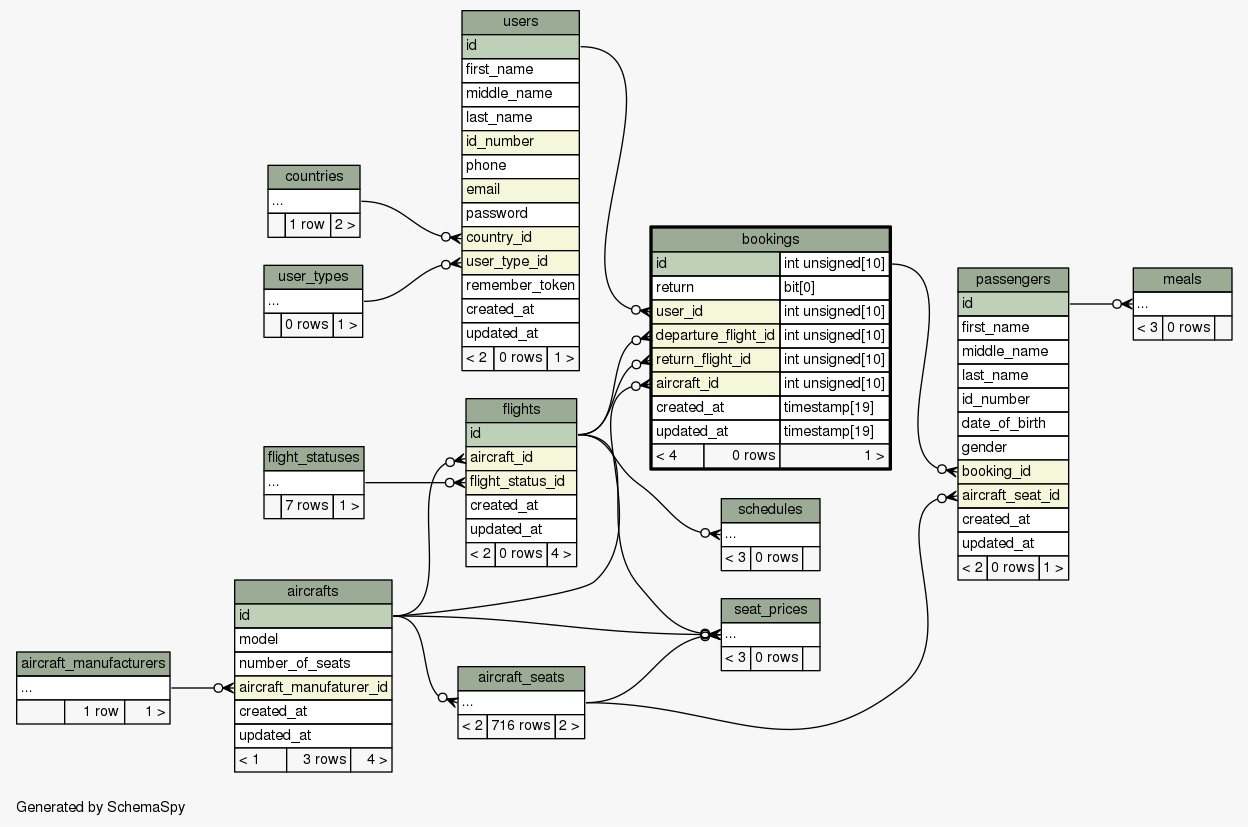
Earlier version of the Graphviz export web/app/database/schema/diagrams/bookings.2degrees.png (joaonzangoII/flightbookingsystem). Its source is kept beside it as web/app/database/schema/diagrams/bookings.1degree.dot. Source of this version:
```dot
digraph "oneDegreeRelationshipsDiagram" {
  graph [
    rankdir="RL"
    bgcolor="#f7f7f7"
    label="\nGenerated by SchemaSpy"
    labeljust="l"
    nodesep="0.18"
    ranksep="0.46"
    fontname="Helvetica"
    fontsize="11"
  ];
  node [
    fontname="Helvetica"
    fontsize="11"
    shape="plaintext"
  ];
  edge [
    arrowsize="0.8"
  ];
  "bookings":"aircraft_id":w -> "aircrafts":"id":e [arrowhead=none dir=back arrowtail=crowodot];
  "bookings":"departure_flight_id":w -> "flights":"id":e [arrowhead=none dir=back arrowtail=crowodot];
  "bookings":"return_flight_id":w -> "flights":"id":e [arrowhead=none dir=back arrowtail=crowodot];
  "bookings":"user_id":w -> "users":"id":e [arrowhead=none dir=back arrowtail=crowodot];
  "flights":"aircraft_id":w -> "aircrafts":"id":e [arrowhead=none dir=back arrowtail=crowodot];
  "passengers":"booking_id":w -> "bookings":"id.type":e [arrowhead=none dir=back arrowtail=crowodot];
  "aircrafts" [
    label=<
    <TABLE BORDER="0" CELLBORDER="1" CELLSPACING="0" BGCOLOR="#ffffff">
      <TR><TD COLSPAN="3" BGCOLOR="#9bab96" ALIGN="CENTER">aircrafts</TD></TR>
      <TR><TD PORT="id" COLSPAN="3" BGCOLOR="#bed1b8" ALIGN="LEFT">id</TD></TR>
      <TR><TD PORT="model" COLSPAN="3" ALIGN="LEFT">model</TD></TR>
      <TR><TD PORT="number_of_seats" COLSPAN="3" ALIGN="LEFT">number_of_seats</TD></TR>
      <TR><TD PORT="aircraft_manufaturer_id" COLSPAN="3" BGCOLOR="#f4f7da" ALIGN="LEFT">aircraft_manufaturer_id</TD></TR>
      <TR><TD PORT="created_at" COLSPAN="3" ALIGN="LEFT">created_at</TD></TR>
      <TR><TD PORT="updated_at" COLSPAN="3" ALIGN="LEFT">updated_at</TD></TR>
      <TR><TD ALIGN="LEFT" BGCOLOR="#f7f7f7">&lt; 1</TD><TD ALIGN="RIGHT" BGCOLOR="#f7f7f7">3 rows</TD><TD ALIGN="RIGHT" BGCOLOR="#f7f7f7">4 &gt;</TD></TR>
    </TABLE>>
    URL="aircrafts.html"
    tooltip="aircrafts"
  ];
  "bookings" [
    label=<
    <TABLE BORDER="2" CELLBORDER="1" CELLSPACING="0" BGCOLOR="#ffffff">
      <TR><TD COLSPAN="3" BGCOLOR="#9bab96" ALIGN="CENTER">bookings</TD></TR>
      <TR><TD PORT="id" COLSPAN="2" BGCOLOR="#bed1b8" ALIGN="LEFT">id</TD><TD PORT="id.type" ALIGN="LEFT">int unsigned[10]</TD></TR>
      <TR><TD PORT="return" COLSPAN="2" ALIGN="LEFT">return</TD><TD PORT="return.type" ALIGN="LEFT">bit[0]</TD></TR>
      <TR><TD PORT="user_id" COLSPAN="2" BGCOLOR="#f4f7da" ALIGN="LEFT">user_id</TD><TD PORT="user_id.type" ALIGN="LEFT">int unsigned[10]</TD></TR>
      <TR><TD PORT="departure_flight_id" COLSPAN="2" BGCOLOR="#f4f7da" ALIGN="LEFT">departure_flight_id</TD><TD PORT="departure_flight_id.type" ALIGN="LEFT">int unsigned[10]</TD></TR>
      <TR><TD PORT="return_flight_id" COLSPAN="2" BGCOLOR="#f4f7da" ALIGN="LEFT">return_flight_id</TD><TD PORT="return_flight_id.type" ALIGN="LEFT">int unsigned[10]</TD></TR>
      <TR><TD PORT="aircraft_id" COLSPAN="2" BGCOLOR="#f4f7da" ALIGN="LEFT">aircraft_id</TD><TD PORT="aircraft_id.type" ALIGN="LEFT">int unsigned[10]</TD></TR>
      <TR><TD PORT="created_at" COLSPAN="2" ALIGN="LEFT">created_at</TD><TD PORT="created_at.type" ALIGN="LEFT">timestamp[19]</TD></TR>
      <TR><TD PORT="updated_at" COLSPAN="2" ALIGN="LEFT">updated_at</TD><TD PORT="updated_at.type" ALIGN="LEFT">timestamp[19]</TD></TR>
      <TR><TD ALIGN="LEFT" BGCOLOR="#f7f7f7">&lt; 4</TD><TD ALIGN="RIGHT" BGCOLOR="#f7f7f7">0 rows</TD><TD ALIGN="RIGHT" BGCOLOR="#f7f7f7">1 &gt;</TD></TR>
    </TABLE>>
    URL="bookings.html"
    tooltip="bookings"
  ];
  "flights" [
    label=<
    <TABLE BORDER="0" CELLBORDER="1" CELLSPACING="0" BGCOLOR="#ffffff">
      <TR><TD COLSPAN="3" BGCOLOR="#9bab96" ALIGN="CENTER">flights</TD></TR>
      <TR><TD PORT="id" COLSPAN="3" BGCOLOR="#bed1b8" ALIGN="LEFT">id</TD></TR>
      <TR><TD PORT="aircraft_id" COLSPAN="3" BGCOLOR="#f4f7da" ALIGN="LEFT">aircraft_id</TD></TR>
      <TR><TD PORT="flight_status_id" COLSPAN="3" BGCOLOR="#f4f7da" ALIGN="LEFT">flight_status_id</TD></TR>
      <TR><TD PORT="created_at" COLSPAN="3" ALIGN="LEFT">created_at</TD></TR>
      <TR><TD PORT="updated_at" COLSPAN="3" ALIGN="LEFT">updated_at</TD></TR>
      <TR><TD ALIGN="LEFT" BGCOLOR="#f7f7f7">&lt; 2</TD><TD ALIGN="RIGHT" BGCOLOR="#f7f7f7">0 rows</TD><TD ALIGN="RIGHT" BGCOLOR="#f7f7f7">4 &gt;</TD></TR>
    </TABLE>>
    URL="flights.html"
    tooltip="flights"
  ];
  "passengers" [
    label=<
    <TABLE BORDER="0" CELLBORDER="1" CELLSPACING="0" BGCOLOR="#ffffff">
      <TR><TD COLSPAN="3" BGCOLOR="#9bab96" ALIGN="CENTER">passengers</TD></TR>
      <TR><TD PORT="id" COLSPAN="3" BGCOLOR="#bed1b8" ALIGN="LEFT">id</TD></TR>
      <TR><TD PORT="first_name" COLSPAN="3" ALIGN="LEFT">first_name</TD></TR>
      <TR><TD PORT="middle_name" COLSPAN="3" ALIGN="LEFT">middle_name</TD></TR>
      <TR><TD PORT="last_name" COLSPAN="3" ALIGN="LEFT">last_name</TD></TR>
      <TR><TD PORT="id_number" COLSPAN="3" ALIGN="LEFT">id_number</TD></TR>
      <TR><TD PORT="date_of_birth" COLSPAN="3" ALIGN="LEFT">date_of_birth</TD></TR>
      <TR><TD PORT="gender" COLSPAN="3" ALIGN="LEFT">gender</TD></TR>
      <TR><TD PORT="booking_id" COLSPAN="3" BGCOLOR="#f4f7da" ALIGN="LEFT">booking_id</TD></TR>
      <TR><TD PORT="aircraft_seat_id" COLSPAN="3" BGCOLOR="#f4f7da" ALIGN="LEFT">aircraft_seat_id</TD></TR>
      <TR><TD PORT="created_at" COLSPAN="3" ALIGN="LEFT">created_at</TD></TR>
      <TR><TD PORT="updated_at" COLSPAN="3" ALIGN="LEFT">updated_at</TD></TR>
      <TR><TD ALIGN="LEFT" BGCOLOR="#f7f7f7">&lt; 2</TD><TD ALIGN="RIGHT" BGCOLOR="#f7f7f7">0 rows</TD><TD ALIGN="RIGHT" BGCOLOR="#f7f7f7">1 &gt;</TD></TR>
    </TABLE>>
    URL="passengers.html"
    tooltip="passengers"
  ];
  "users" [
    label=<
    <TABLE BORDER="0" CELLBORDER="1" CELLSPACING="0" BGCOLOR="#ffffff">
      <TR><TD COLSPAN="3" BGCOLOR="#9bab96" ALIGN="CENTER">users</TD></TR>
      <TR><TD PORT="id" COLSPAN="3" BGCOLOR="#bed1b8" ALIGN="LEFT">id</TD></TR>
      <TR><TD PORT="first_name" COLSPAN="3" ALIGN="LEFT">first_name</TD></TR>
      <TR><TD PORT="middle_name" COLSPAN="3" ALIGN="LEFT">middle_name</TD></TR>
      <TR><TD PORT="last_name" COLSPAN="3" ALIGN="LEFT">last_name</TD></TR>
      <TR><TD PORT="id_number" COLSPAN="3" BGCOLOR="#f4f7da" ALIGN="LEFT">id_number</TD></TR>
      <TR><TD PORT="phone" COLSPAN="3" ALIGN="LEFT">phone</TD></TR>
      <TR><TD PORT="email" COLSPAN="3" BGCOLOR="#f4f7da" ALIGN="LEFT">email</TD></TR>
      <TR><TD PORT="password" COLSPAN="3" ALIGN="LEFT">password</TD></TR>
      <TR><TD PORT="country_id" COLSPAN="3" BGCOLOR="#f4f7da" ALIGN="LEFT">country_id</TD></TR>
      <TR><TD PORT="user_type_id" COLSPAN="3" BGCOLOR="#f4f7da" ALIGN="LEFT">user_type_id</TD></TR>
      <TR><TD PORT="remember_token" COLSPAN="3" ALIGN="LEFT">remember_token</TD></TR>
      <TR><TD PORT="created_at" COLSPAN="3" ALIGN="LEFT">created_at</TD></TR>
      <TR><TD PORT="updated_at" COLSPAN="3" ALIGN="LEFT">updated_at</TD></TR>
      <TR><TD ALIGN="LEFT" BGCOLOR="#f7f7f7">&lt; 2</TD><TD ALIGN="RIGHT" BGCOLOR="#f7f7f7">0 rows</TD><TD ALIGN="RIGHT" BGCOLOR="#f7f7f7">1 &gt;</TD></TR>
    </TABLE>>
    URL="users.html"
    tooltip="users"
  ];
}
```
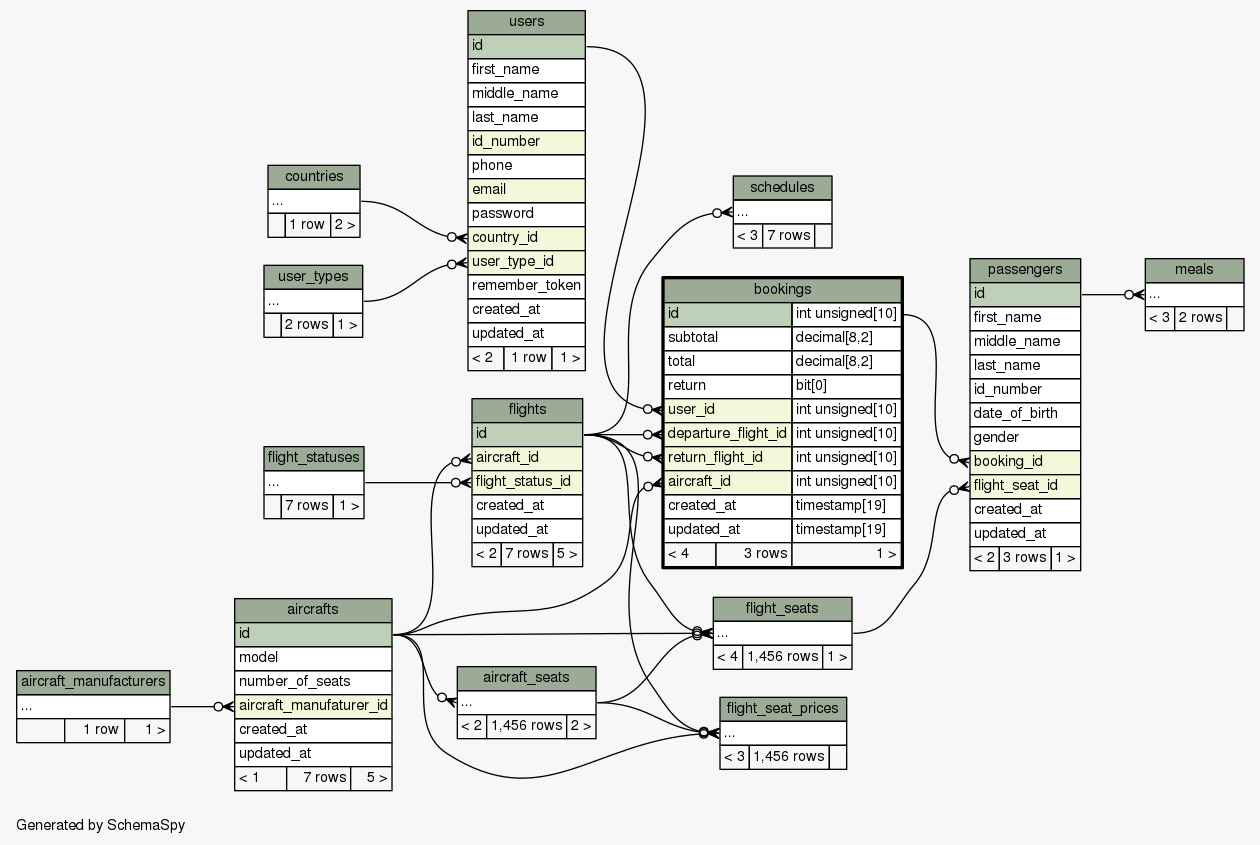
Later version of the same file.

Change to the diagram source:
```diff
@@ -33,7 +33,7 @@
       <TR><TD PORT="aircraft_manufaturer_id" COLSPAN="3" BGCOLOR="#f4f7da" ALIGN="LEFT">aircraft_manufaturer_id</TD></TR>
       <TR><TD PORT="created_at" COLSPAN="3" ALIGN="LEFT">created_at</TD></TR>
       <TR><TD PORT="updated_at" COLSPAN="3" ALIGN="LEFT">updated_at</TD></TR>
-      <TR><TD ALIGN="LEFT" BGCOLOR="#f7f7f7">&lt; 1</TD><TD ALIGN="RIGHT" BGCOLOR="#f7f7f7">3 rows</TD><TD ALIGN="RIGHT" BGCOLOR="#f7f7f7">4 &gt;</TD></TR>
+      <TR><TD ALIGN="LEFT" BGCOLOR="#f7f7f7">&lt; 1</TD><TD ALIGN="RIGHT" BGCOLOR="#f7f7f7">7 rows</TD><TD ALIGN="RIGHT" BGCOLOR="#f7f7f7">5 &gt;</TD></TR>
     </TABLE>>
     URL="aircrafts.html"
     tooltip="aircrafts"
@@ -43,6 +43,8 @@
     <TABLE BORDER="2" CELLBORDER="1" CELLSPACING="0" BGCOLOR="#ffffff">
       <TR><TD COLSPAN="3" BGCOLOR="#9bab96" ALIGN="CENTER">bookings</TD></TR>
       <TR><TD PORT="id" COLSPAN="2" BGCOLOR="#bed1b8" ALIGN="LEFT">id</TD><TD PORT="id.type" ALIGN="LEFT">int unsigned[10]</TD></TR>
+      <TR><TD PORT="subtotal" COLSPAN="2" ALIGN="LEFT">subtotal</TD><TD PORT="subtotal.type" ALIGN="LEFT">decimal[8,2]</TD></TR>
+      <TR><TD PORT="total" COLSPAN="2" ALIGN="LEFT">total</TD><TD PORT="total.type" ALIGN="LEFT">decimal[8,2]</TD></TR>
       <TR><TD PORT="return" COLSPAN="2" ALIGN="LEFT">return</TD><TD PORT="return.type" ALIGN="LEFT">bit[0]</TD></TR>
       <TR><TD PORT="user_id" COLSPAN="2" BGCOLOR="#f4f7da" ALIGN="LEFT">user_id</TD><TD PORT="user_id.type" ALIGN="LEFT">int unsigned[10]</TD></TR>
       <TR><TD PORT="departure_flight_id" COLSPAN="2" BGCOLOR="#f4f7da" ALIGN="LEFT">departure_flight_id</TD><TD PORT="departure_flight_id.type" ALIGN="LEFT">int unsigned[10]</TD></TR>
@@ -50,7 +52,7 @@
       <TR><TD PORT="aircraft_id" COLSPAN="2" BGCOLOR="#f4f7da" ALIGN="LEFT">aircraft_id</TD><TD PORT="aircraft_id.type" ALIGN="LEFT">int unsigned[10]</TD></TR>
       <TR><TD PORT="created_at" COLSPAN="2" ALIGN="LEFT">created_at</TD><TD PORT="created_at.type" ALIGN="LEFT">timestamp[19]</TD></TR>
       <TR><TD PORT="updated_at" COLSPAN="2" ALIGN="LEFT">updated_at</TD><TD PORT="updated_at.type" ALIGN="LEFT">timestamp[19]</TD></TR>
-      <TR><TD ALIGN="LEFT" BGCOLOR="#f7f7f7">&lt; 4</TD><TD ALIGN="RIGHT" BGCOLOR="#f7f7f7">0 rows</TD><TD ALIGN="RIGHT" BGCOLOR="#f7f7f7">1 &gt;</TD></TR>
+      <TR><TD ALIGN="LEFT" BGCOLOR="#f7f7f7">&lt; 4</TD><TD ALIGN="RIGHT" BGCOLOR="#f7f7f7">3 rows</TD><TD ALIGN="RIGHT" BGCOLOR="#f7f7f7">1 &gt;</TD></TR>
     </TABLE>>
     URL="bookings.html"
     tooltip="bookings"
@@ -64,7 +66,7 @@
       <TR><TD PORT="flight_status_id" COLSPAN="3" BGCOLOR="#f4f7da" ALIGN="LEFT">flight_status_id</TD></TR>
       <TR><TD PORT="created_at" COLSPAN="3" ALIGN="LEFT">created_at</TD></TR>
       <TR><TD PORT="updated_at" COLSPAN="3" ALIGN="LEFT">updated_at</TD></TR>
-      <TR><TD ALIGN="LEFT" BGCOLOR="#f7f7f7">&lt; 2</TD><TD ALIGN="RIGHT" BGCOLOR="#f7f7f7">0 rows</TD><TD ALIGN="RIGHT" BGCOLOR="#f7f7f7">4 &gt;</TD></TR>
+      <TR><TD ALIGN="LEFT" BGCOLOR="#f7f7f7">&lt; 2</TD><TD ALIGN="RIGHT" BGCOLOR="#f7f7f7">7 rows</TD><TD ALIGN="RIGHT" BGCOLOR="#f7f7f7">5 &gt;</TD></TR>
     </TABLE>>
     URL="flights.html"
     tooltip="flights"
@@ -81,10 +83,10 @@
       <TR><TD PORT="date_of_birth" COLSPAN="3" ALIGN="LEFT">date_of_birth</TD></TR>
       <TR><TD PORT="gender" COLSPAN="3" ALIGN="LEFT">gender</TD></TR>
       <TR><TD PORT="booking_id" COLSPAN="3" BGCOLOR="#f4f7da" ALIGN="LEFT">booking_id</TD></TR>
-      <TR><TD PORT="aircraft_seat_id" COLSPAN="3" BGCOLOR="#f4f7da" ALIGN="LEFT">aircraft_seat_id</TD></TR>
+      <TR><TD PORT="flight_seat_id" COLSPAN="3" BGCOLOR="#f4f7da" ALIGN="LEFT">flight_seat_id</TD></TR>
       <TR><TD PORT="created_at" COLSPAN="3" ALIGN="LEFT">created_at</TD></TR>
       <TR><TD PORT="updated_at" COLSPAN="3" ALIGN="LEFT">updated_at</TD></TR>
-      <TR><TD ALIGN="LEFT" BGCOLOR="#f7f7f7">&lt; 2</TD><TD ALIGN="RIGHT" BGCOLOR="#f7f7f7">0 rows</TD><TD ALIGN="RIGHT" BGCOLOR="#f7f7f7">1 &gt;</TD></TR>
+      <TR><TD ALIGN="LEFT" BGCOLOR="#f7f7f7">&lt; 2</TD><TD ALIGN="RIGHT" BGCOLOR="#f7f7f7">3 rows</TD><TD ALIGN="RIGHT" BGCOLOR="#f7f7f7">1 &gt;</TD></TR>
     </TABLE>>
     URL="passengers.html"
     tooltip="passengers"
@@ -106,7 +108,7 @@
       <TR><TD PORT="remember_token" COLSPAN="3" ALIGN="LEFT">remember_token</TD></TR>
       <TR><TD PORT="created_at" COLSPAN="3" ALIGN="LEFT">created_at</TD></TR>
       <TR><TD PORT="updated_at" COLSPAN="3" ALIGN="LEFT">updated_at</TD></TR>
-      <TR><TD ALIGN="LEFT" BGCOLOR="#f7f7f7">&lt; 2</TD><TD ALIGN="RIGHT" BGCOLOR="#f7f7f7">0 rows</TD><TD ALIGN="RIGHT" BGCOLOR="#f7f7f7">1 &gt;</TD></TR>
+      <TR><TD ALIGN="LEFT" BGCOLOR="#f7f7f7">&lt; 2</TD><TD ALIGN="RIGHT" BGCOLOR="#f7f7f7">1 row</TD><TD ALIGN="RIGHT" BGCOLOR="#f7f7f7">1 &gt;</TD></TR>
     </TABLE>>
     URL="users.html"
     tooltip="users"
```
